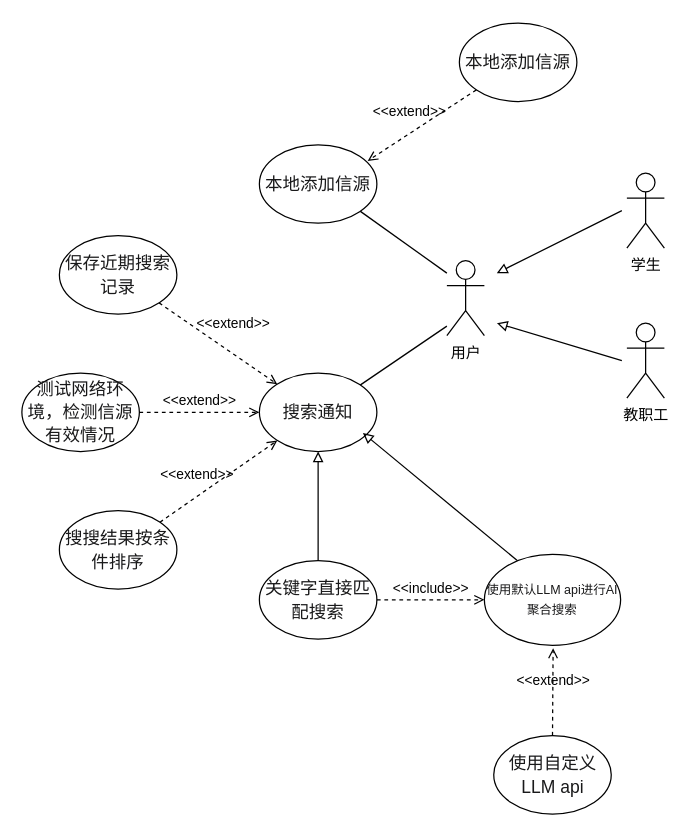
This is UML.drawio from RimLutienpeist/Draw_io_Repo, a draw.io file, before an edit. Source tidied: cells renumbered, new cells numbered last; positions are measured from the earlier drawing's top-left corner, leaving out a move shared by most shapes. Both pictures are drawn from the tidied source at 125%, with x=0, y=0 at pixel (21, 22).
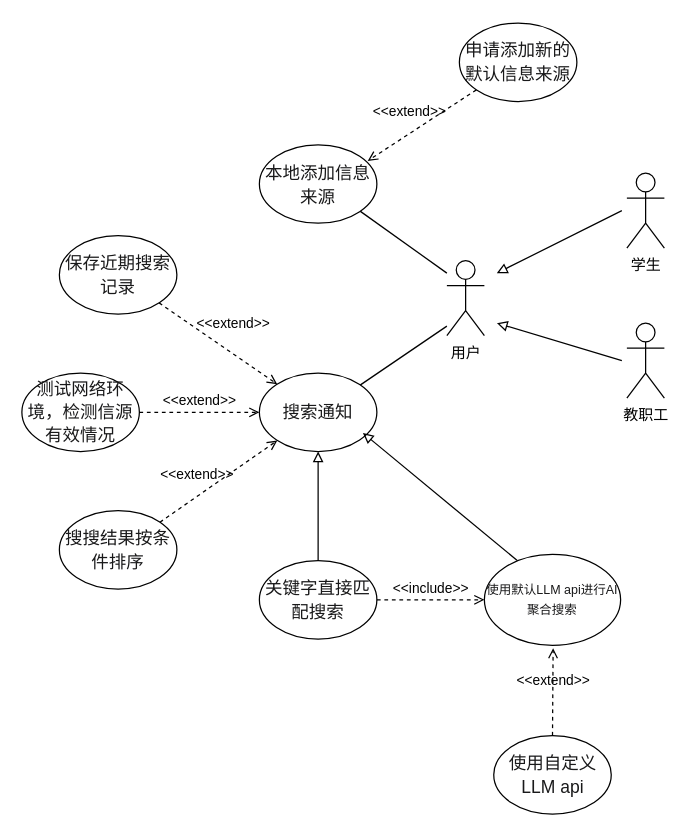
The same diagram, later.

The edit, as a diff of the source:
```diff
@@
-    <mxCell id="9" value="&lt;div style=&quot;line-height: 1.3; vertical-align: middle; color: rgb(25, 25, 26); font-size: 14px;&quot;&gt;&lt;p&gt;本地添加信源&lt;/p&gt;&lt;/div&gt;" style="ellipse;whiteSpace=wrap;html=1;fontFamily=Helvetica;" parent="1" vertex="1">
+    <mxCell id="9" value="&lt;div style=&quot;line-height: 1.3; vertical-align: middle; color: rgb(25, 25, 26); font-size: 14px;&quot;&gt;&lt;p&gt;本地添加信息来源&lt;/p&gt;&lt;/div&gt;" style="ellipse;whiteSpace=wrap;html=1;fontFamily=Helvetica;" parent="1" vertex="1">
       <mxGeometry x="190" y="97.3" width="94" height="62.7" as="geometry" />
     </mxCell>
@@
-    <mxCell id="11" value="&lt;div style=&quot;line-height: 1.3; font-family: &amp;quot;Source Han Sans CN&amp;quot;; vertical-align: middle; color: rgb(25, 25, 26); font-size: 14px;&quot;&gt;&lt;p&gt;本地添加信源&lt;/p&gt;&lt;/div&gt;" style="ellipse;whiteSpace=wrap;html=1;" parent="1" vertex="1">
+    <mxCell id="11" value="&lt;div style=&quot;line-height: 1.3; font-family: &amp;quot;Source Han Sans CN&amp;quot;; vertical-align: middle; color: rgb(25, 25, 26); font-size: 14px;&quot;&gt;&lt;div style=&quot;line-height: 1.3; vertical-align: middle;&quot;&gt;&lt;p&gt;申请添加新的默认&lt;span style=&quot;font-family: Helvetica; color: light-dark(rgb(25, 25, 26), rgb(216, 216, 217)); background-color: transparent;&quot;&gt;信息来源&lt;/span&gt;&lt;/p&gt;&lt;/div&gt;&lt;/div&gt;" style="ellipse;whiteSpace=wrap;html=1;" parent="1" vertex="1">
       <mxGeometry x="350" width="94" height="62.7" as="geometry" />
     </mxCell>
```
